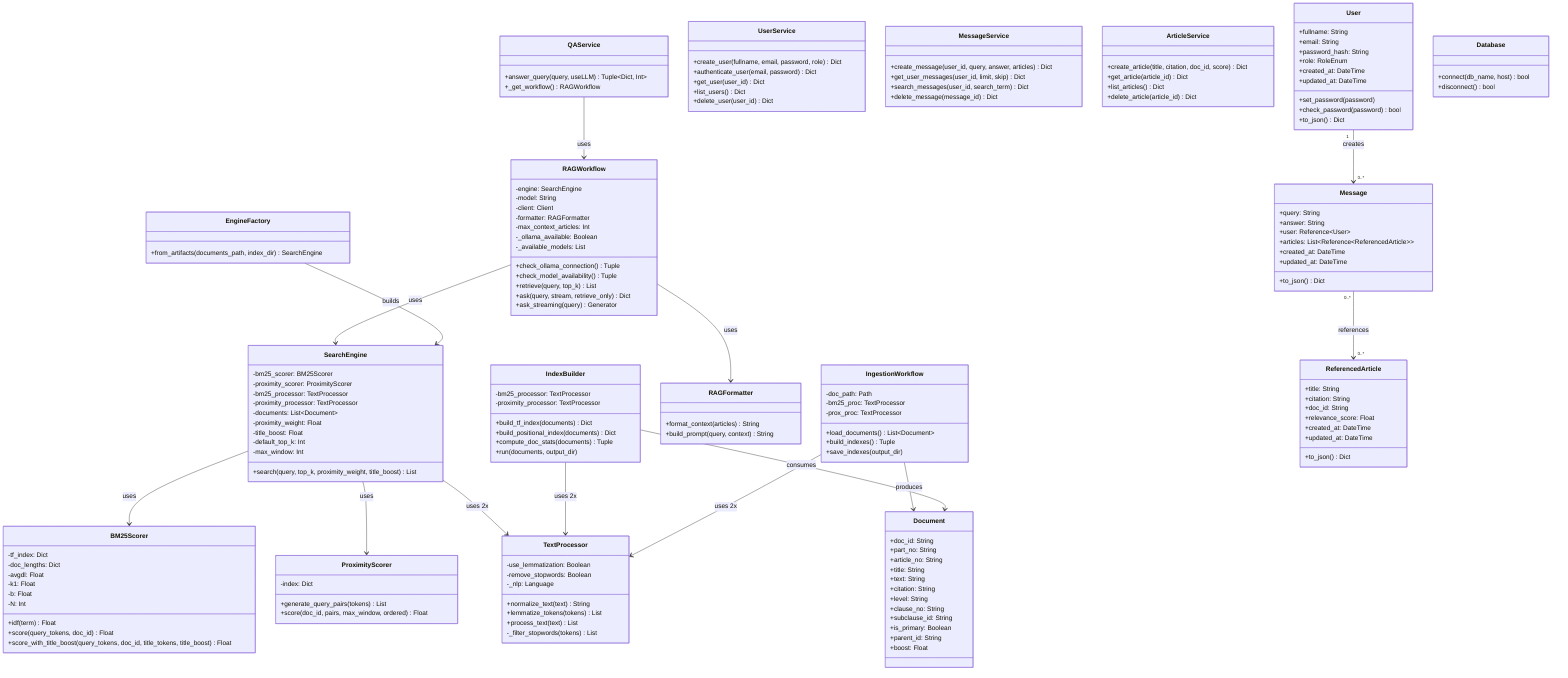
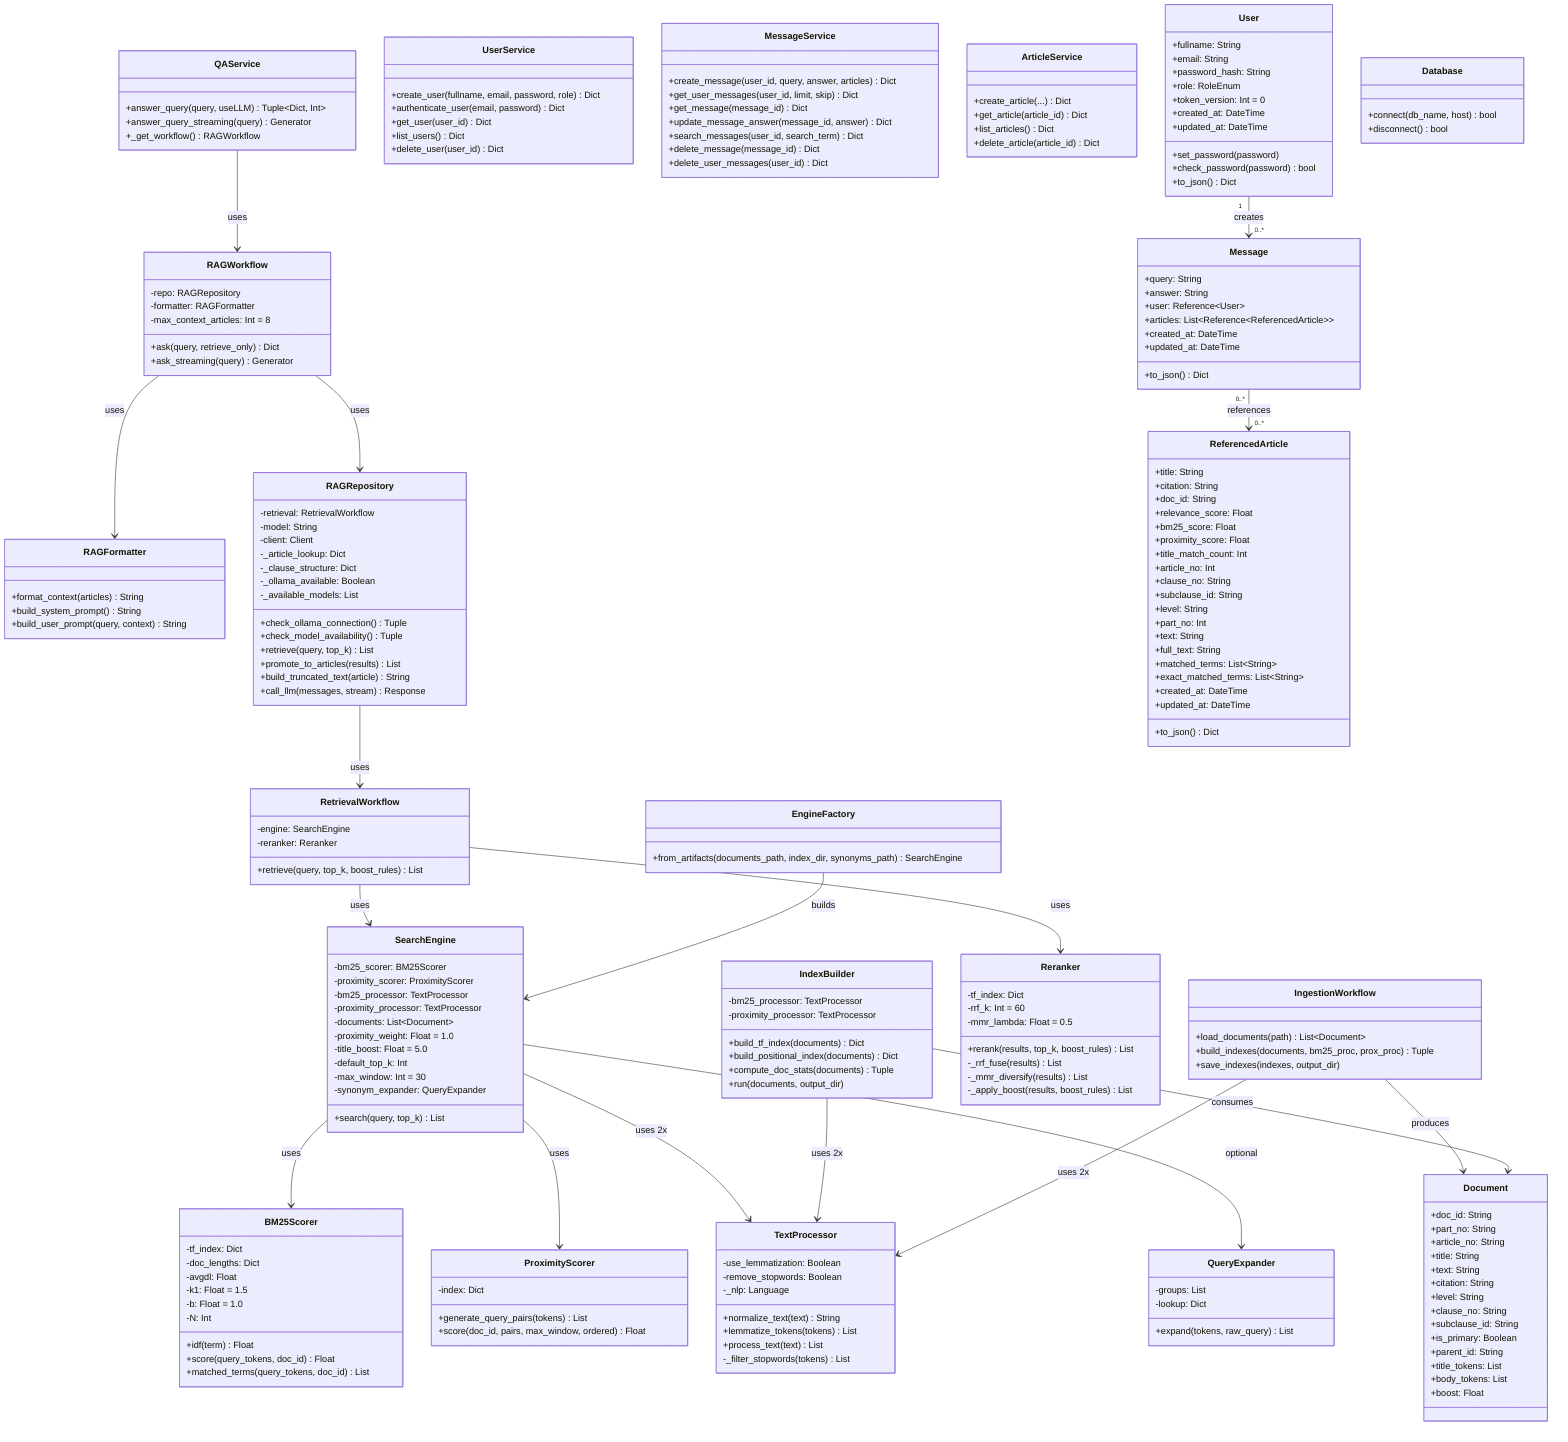
classDiagram
    class Document {
        +doc_id: String
        +part_no: String
        +article_no: String
        +title: String
        +text: String
        +citation: String
        +level: String
        +clause_no: String
        +subclause_id: String
        +is_primary: Boolean
        +parent_id: String
+         +title_tokens: List
+         +body_tokens: List
        +boost: Float
    }

    class TextProcessor {
        -use_lemmatization: Boolean
        -remove_stopwords: Boolean
        -_nlp: Language
        +normalize_text(text) String
        +lemmatize_tokens(tokens) List
        +process_text(text) List
        -_filter_stopwords(tokens) List
    }

    class IndexBuilder {
        -bm25_processor: TextProcessor
        -proximity_processor: TextProcessor
        +build_tf_index(documents) Dict
        +build_positional_index(documents) Dict
        +compute_doc_stats(documents) Tuple
        +run(documents, output_dir)
    }

    class BM25Scorer {
        -tf_index: Dict
        -doc_lengths: Dict
        -avgdl: Float
-         -k1: Float
-         -b: Float
+         -k1: Float = 1.5
+         -b: Float = 1.0
        -N: Int
        +idf(term) Float
        +score(query_tokens, doc_id) Float
-         +score_with_title_boost(query_tokens, doc_id, title_tokens, title_boost) Float
+         +matched_terms(query_tokens, doc_id) List
    }

    class ProximityScorer {
        -index: Dict
        +generate_query_pairs(tokens) List
        +score(doc_id, pairs, max_window, ordered) Float
+     }
+ 
+     class QueryExpander {
+         -groups: List
+         -lookup: Dict
+         +expand(tokens, raw_query) List
    }

    class SearchEngine {
        -bm25_scorer: BM25Scorer
        -proximity_scorer: ProximityScorer
        -bm25_processor: TextProcessor
        -proximity_processor: TextProcessor
        -documents: List~Document~
-         -proximity_weight: Float
-         -title_boost: Float
+         -proximity_weight: Float = 1.0
+         -title_boost: Float = 5.0
        -default_top_k: Int
-         -max_window: Int
-         +search(query, top_k, proximity_weight, title_boost) List
+         -max_window: Int = 30
+         -synonym_expander: QueryExpander
+         +search(query, top_k) List
+     }
+ 
+     class Reranker {
+         -tf_index: Dict
+         -rrf_k: Int = 60
+         -mmr_lambda: Float = 0.5
+         +rerank(results, top_k, boost_rules) List
+         -_rrf_fuse(results) List
+         -_mmr_diversify(results) List
+         -_apply_boost(results, boost_rules) List
+     }
+ 
+     class RetrievalWorkflow {
+         -engine: SearchEngine
+         -reranker: Reranker
+         +retrieve(query, top_k, boost_rules) List
    }

    class EngineFactory {
-         +from_artifacts(documents_path, index_dir) SearchEngine
+         +from_artifacts(documents_path, index_dir, synonyms_path) SearchEngine
    }

    class RAGFormatter {
        +format_context(articles) String
-         +build_prompt(query, context) String
-     }
- 
-     class RAGWorkflow {
-         -engine: SearchEngine
+         +build_system_prompt() String
+         +build_user_prompt(query, context) String
+     }
+ 
+     class RAGRepository {
+         -retrieval: RetrievalWorkflow
        -model: String
        -client: Client
-         -formatter: RAGFormatter
-         -max_context_articles: Int
+         -_article_lookup: Dict
+         -_clause_structure: Dict
        -_ollama_available: Boolean
        -_available_models: List
        +check_ollama_connection() Tuple
        +check_model_availability() Tuple
        +retrieve(query, top_k) List
-         +ask(query, stream, retrieve_only) Dict
+         +promote_to_articles(results) List
+         +build_truncated_text(article) String
+         +call_llm(messages, stream) Response
+     }
+ 
+     class RAGWorkflow {
+         -repo: RAGRepository
+         -formatter: RAGFormatter
+         -max_context_articles: Int = 8
+         +ask(query, retrieve_only) Dict
        +ask_streaming(query) Generator
    }

    class QAService {
        +answer_query(query, useLLM) Tuple~Dict, Int~
+         +answer_query_streaming(query) Generator
        +_get_workflow() RAGWorkflow
    }

    class UserService {
        +create_user(fullname, email, password, role) Dict
        +authenticate_user(email, password) Dict
        +get_user(user_id) Dict
        +list_users() Dict
        +delete_user(user_id) Dict
    }

    class MessageService {
        +create_message(user_id, query, answer, articles) Dict
        +get_user_messages(user_id, limit, skip) Dict
+         +get_message(message_id) Dict
+         +update_message_answer(message_id, answer) Dict
        +search_messages(user_id, search_term) Dict
        +delete_message(message_id) Dict
+         +delete_user_messages(user_id) Dict
    }

    class ArticleService {
-         +create_article(title, citation, doc_id, score) Dict
+         +create_article(...) Dict
        +get_article(article_id) Dict
        +list_articles() Dict
        +delete_article(article_id) Dict
    }

    class IngestionWorkflow {
-         -doc_path: Path
-         -bm25_proc: TextProcessor
-         -prox_proc: TextProcessor
-         +load_documents() List~Document~
-         +build_indexes() Tuple
-         +save_indexes(output_dir)
+         +load_documents(path) List~Document~
+         +build_indexes(documents, bm25_proc, prox_proc) Tuple
+         +save_indexes(indexes, output_dir)
    }

    class User {
        +fullname: String
        +email: String
        +password_hash: String
        +role: RoleEnum
+         +token_version: Int = 0
        +created_at: DateTime
        +updated_at: DateTime
        +set_password(password)
        +check_password(password) bool
        +to_json() Dict
    }

    class Message {
        +query: String
        +answer: String
        +user: Reference~User~
        +articles: List~Reference~ReferencedArticle~~
        +created_at: DateTime
        +updated_at: DateTime
        +to_json() Dict
    }

    class ReferencedArticle {
        +title: String
        +citation: String
        +doc_id: String
        +relevance_score: Float
+         +bm25_score: Float
+         +proximity_score: Float
+         +title_match_count: Int
+         +article_no: Int
+         +clause_no: String
+         +subclause_id: String
+         +level: String
+         +part_no: Int
+         +text: String
+         +full_text: String
+         +matched_terms: List~String~
+         +exact_matched_terms: List~String~
        +created_at: DateTime
        +updated_at: DateTime
        +to_json() Dict
    }

    class Database {
        +connect(db_name, host) bool
        +disconnect() bool
    }

    User "1" --> "0..*" Message : creates
    Message "0..*" --> "0..*" ReferencedArticle : references
    QAService --> RAGWorkflow : uses
-     RAGWorkflow --> SearchEngine : uses
+     RAGWorkflow --> RAGRepository : uses
    RAGWorkflow --> RAGFormatter : uses
+     RAGRepository --> RetrievalWorkflow : uses
+     RetrievalWorkflow --> SearchEngine : uses
+     RetrievalWorkflow --> Reranker : uses
    SearchEngine --> BM25Scorer : uses
    SearchEngine --> ProximityScorer : uses
    SearchEngine --> TextProcessor : uses 2x
+     SearchEngine --> QueryExpander : optional
    EngineFactory --> SearchEngine : builds
    IndexBuilder --> TextProcessor : uses 2x
    IngestionWorkflow --> TextProcessor : uses 2x
    IngestionWorkflow --> Document : produces
    IndexBuilder --> Document : consumes
